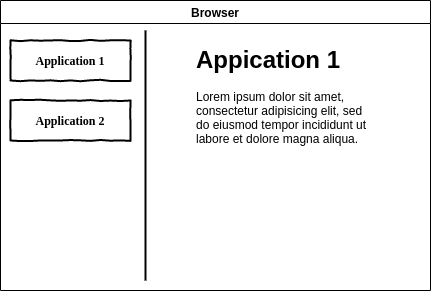
jrsaravanan/microfrontend-example keeps this draw.io diagram as container.png. Above is the earlier version. Source tidied: cells renumbered, new cells last; positions are measured from the earlier drawing's top-left corner, leaving out a move shared by most shapes. Its diagram source:
```xml
<mxGraphModel>
  <root>
    <mxCell id="0" />
    <mxCell id="1" parent="0" />
    <mxCell id="2" value="Browser" style="swimlane;" parent="1" vertex="1">
      <mxGeometry width="430" height="290" as="geometry" />
    </mxCell>
    <mxCell id="3" value="Application 1" style="html=1;whiteSpace=wrap;comic=1;strokeWidth=2;fontFamily=Comic Sans MS;fontStyle=1;" parent="2" vertex="1">
      <mxGeometry x="10" y="40" width="120" height="40" as="geometry" />
    </mxCell>
    <mxCell id="4" value="Application 2" style="html=1;whiteSpace=wrap;comic=1;strokeWidth=2;fontFamily=Comic Sans MS;fontStyle=1;" parent="2" vertex="1">
      <mxGeometry x="10" y="100" width="120" height="40" as="geometry" />
    </mxCell>
    <mxCell id="5" style="line;strokeWidth=2;direction=south;html=1;" parent="2" vertex="1">
      <mxGeometry x="140" y="30" width="10" height="250" as="geometry" />
    </mxCell>
    <mxCell id="6" value="&lt;h1&gt;Appication 1&lt;/h1&gt;&lt;p&gt;Lorem ipsum dolor sit amet, consectetur adipisicing elit, sed do eiusmod tempor incididunt ut labore et dolore magna aliqua.&lt;/p&gt;" style="text;html=1;strokeColor=none;fillColor=none;spacing=5;spacingTop=-20;whiteSpace=wrap;overflow=hidden;rounded=0;" parent="2" vertex="1">
      <mxGeometry x="191" y="40" width="190" height="120" as="geometry" />
    </mxCell>
  </root>
</mxGraphModel>
```
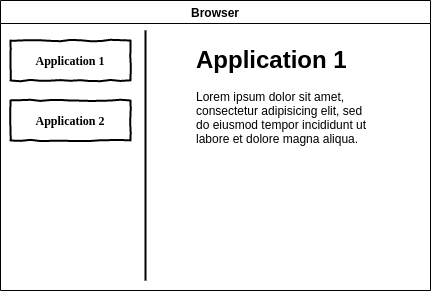
After the commit.

The edit, as a diff of the source:
```diff
@@ -14,7 +14,7 @@
     <mxCell id="5" style="line;strokeWidth=2;direction=south;html=1;" parent="2" vertex="1">
       <mxGeometry x="140" y="30" width="10" height="250" as="geometry" />
     </mxCell>
-    <mxCell id="6" value="&lt;h1&gt;Appication 1&lt;/h1&gt;&lt;p&gt;Lorem ipsum dolor sit amet, consectetur adipisicing elit, sed do eiusmod tempor incididunt ut labore et dolore magna aliqua.&lt;/p&gt;" style="text;html=1;strokeColor=none;fillColor=none;spacing=5;spacingTop=-20;whiteSpace=wrap;overflow=hidden;rounded=0;" parent="2" vertex="1">
+    <mxCell id="6" value="&lt;h1&gt;Application 1&lt;/h1&gt;&lt;p&gt;Lorem ipsum dolor sit amet, consectetur adipisicing elit, sed do eiusmod tempor incididunt ut labore et dolore magna aliqua.&lt;/p&gt;" style="text;html=1;strokeColor=none;fillColor=none;spacing=5;spacingTop=-20;whiteSpace=wrap;overflow=hidden;rounded=0;" parent="2" vertex="1">
       <mxGeometry x="191" y="40" width="190" height="120" as="geometry" />
     </mxCell>
   </root>
```
